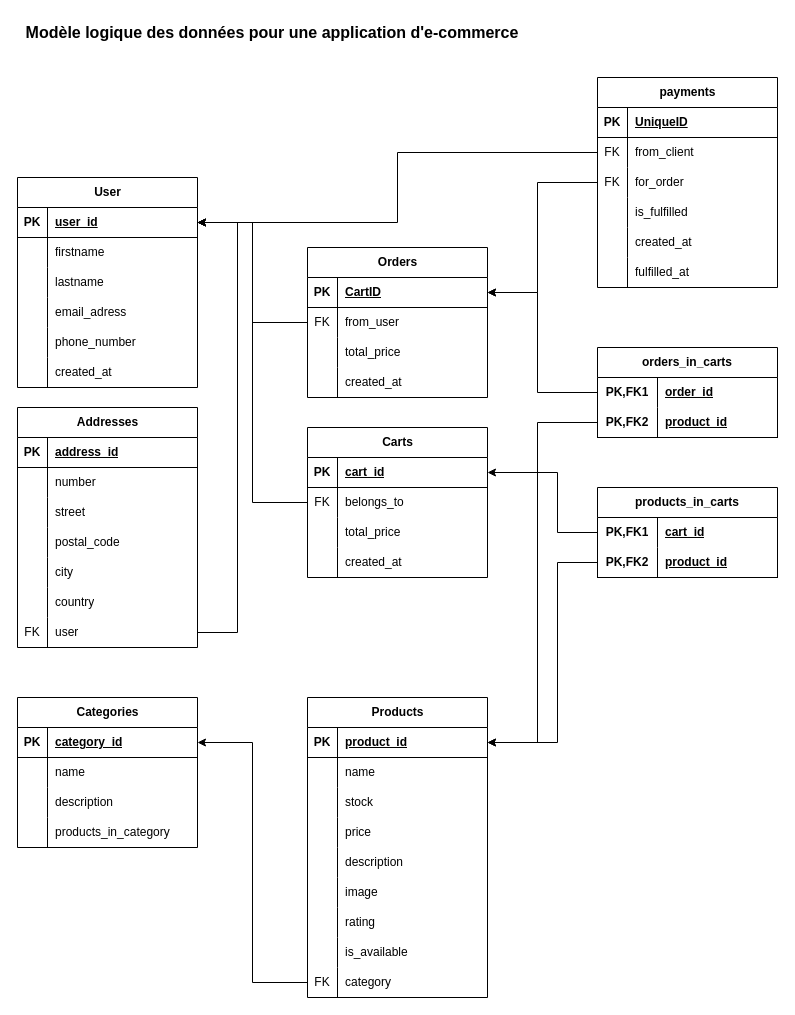
leosu1/ecommercedb keeps this draw.io diagram as mld.drawio. Above is the earlier version. Source tidied: cells renumbered, new cells numbered last; positions are measured from the earlier drawing's top-left corner, leaving out a move shared by most shapes. Both pictures are drawn from the tidied source at 100%, with x=0, y=0 at pixel (17, 17).
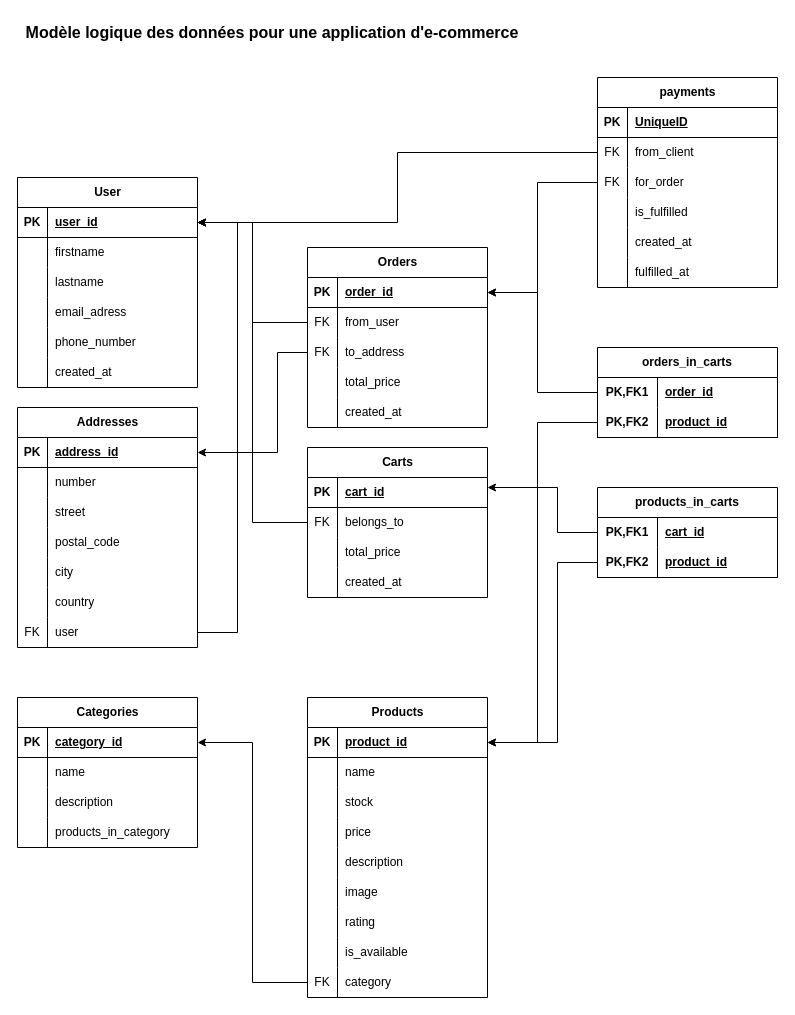
Above is the later version.

The change refers to these unchanged cells:
```xml
<mxCell id="23" style="shape=tableRow;horizontal=0;startSize=0;swimlaneHead=0;swimlaneBody=0;fillColor=none;points=[[0,0.5],[1,0.5]];portConstraint=eastwest;top=0;left=0;right=0;bottom=1;" parent="22" vertex="1">
  <mxGeometry y="30" width="180" height="30" as="geometry" />
</mxCell>
<mxCell id="79" style="shape=tableRow;horizontal=0;startSize=0;swimlaneHead=0;swimlaneBody=0;fillColor=none;points=[[0,0.5],[1,0.5]];portConstraint=eastwest;top=0;left=0;right=0;bottom=1;" parent="78" vertex="1">
  <mxGeometry y="30" width="180" height="30" as="geometry" />
</mxCell>
<mxCell id="92" style="shape=tableRow;horizontal=0;startSize=0;swimlaneHead=0;swimlaneBody=0;fillColor=none;points=[[0,0.5],[1,0.5]];portConstraint=eastwest;top=0;left=0;right=0;bottom=0;html=1;" parent="91" vertex="1">
  <mxGeometry y="30" width="180" height="30" as="geometry" />
</mxCell>
<mxCell id="106" style="shape=tableRow;horizontal=0;startSize=0;swimlaneHead=0;swimlaneBody=0;fillColor=none;points=[[0,0.5],[1,0.5]];portConstraint=eastwest;top=0;left=0;right=0;bottom=1;" parent="105" vertex="1">
  <mxGeometry y="30" width="180" height="30" as="geometry" />
</mxCell>
```

Change to the diagram source:
```diff
@@
     <mxCell id="22" value="Carts" style="shape=table;startSize=30;childLayout=tableLayout;rowLines=0;fontStyle=1;align=center;html=1;" parent="1" vertex="1">
-      <mxGeometry x="290" y="410" width="180" height="150" as="geometry" />
+      <mxGeometry x="290" y="430" width="180" height="150" as="geometry" />
     </mxCell>
@@
     <mxCell id="78" value="Orders" style="shape=table;startSize=30;childLayout=tableLayout;rowLines=0;fontStyle=1;align=center;html=1;" parent="1" vertex="1">
-      <mxGeometry x="290" y="230" width="180" height="150" as="geometry" />
+      <mxGeometry x="290" y="230" width="180" height="180" as="geometry" />
     </mxCell>
@@
-    <mxCell id="81" value="CartID" style="shape=partialRectangle;fillColor=none;top=0;left=0;bottom=0;right=0;align=left;spacingLeft=6;fontStyle=5;overflow=hidden;whiteSpace=wrap;html=1;" parent="79" vertex="1">
+    <mxCell id="81" value="order_id" style="shape=partialRectangle;fillColor=none;top=0;left=0;bottom=0;right=0;align=left;spacingLeft=6;fontStyle=5;overflow=hidden;whiteSpace=wrap;html=1;" parent="79" vertex="1">
       <mxGeometry x="30" width="150" height="30" as="geometry" />
     </mxCell>
@@
+    <mxCell id="154" style="shape=tableRow;horizontal=0;startSize=0;swimlaneHead=0;swimlaneBody=0;fillColor=none;points=[[0,0.5],[1,0.5]];portConstraint=eastwest;top=0;left=0;right=0;bottom=0;" parent="78" vertex="1">
+      <mxGeometry y="90" width="180" height="30" as="geometry" />
+    </mxCell>
+    <mxCell id="155" value="FK" style="shape=partialRectangle;fillColor=none;top=0;left=0;bottom=0;right=0;overflow=hidden;whiteSpace=wrap;html=1;" parent="154" vertex="1">
+      <mxGeometry width="30" height="30" as="geometry" />
+    </mxCell>
+    <mxCell id="156" value="to_address" style="shape=partialRectangle;fillColor=none;top=0;left=0;bottom=0;right=0;align=left;spacingLeft=6;overflow=hidden;whiteSpace=wrap;html=1;" parent="154" vertex="1">
+      <mxGeometry x="30" width="150" height="30" as="geometry" />
+    </mxCell>
     <mxCell id="85" style="shape=tableRow;horizontal=0;startSize=0;swimlaneHead=0;swimlaneBody=0;fillColor=none;top=0;left=0;right=0;bottom=0;" parent="78" vertex="1">
-      <mxGeometry y="90" width="180" height="30" as="geometry" />
+      <mxGeometry y="120" width="180" height="30" as="geometry" />
     </mxCell>
@@
     <mxCell id="88" style="shape=tableRow;horizontal=0;startSize=0;swimlaneHead=0;swimlaneBody=0;fillColor=none;top=0;left=0;right=0;bottom=0;" parent="78" vertex="1">
-      <mxGeometry y="120" width="180" height="30" as="geometry" />
+      <mxGeometry y="150" width="180" height="30" as="geometry" />
     </mxCell>
@@
-    <mxCell id="128" style="edgeStyle=orthogonalEdgeStyle;rounded=0;jettySize=auto;html=1;exitX=0;exitY=0.5;exitDx=0;exitDy=0;entryX=1;entryY=0.5;entryDx=0;entryDy=0;" parent="1" edge="1" source="92" target="23">
+    <mxCell id="128" style="edgeStyle=orthogonalEdgeStyle;rounded=0;jettySize=auto;html=1;exitX=0;exitY=0.5;exitDx=0;exitDy=0;" parent="1" edge="1" source="92">
       <mxGeometry relative="1" as="geometry">
+        <mxPoint x="470" y="470" as="targetPoint" />
         <Array as="points">
           <mxPoint x="540" y="515" />
-          <mxPoint x="540" y="455" />
+          <mxPoint x="540" y="470" />
+          <mxPoint x="470" y="470" />
         </Array>
       </mxGeometry>
     </mxCell>
@@
+    <mxCell id="157" style="edgeStyle=orthogonalEdgeStyle;rounded=0;jettySize=auto;html=1;exitX=0;exitY=0.5;exitDx=0;exitDy=0;entryX=1;entryY=0.5;entryDx=0;entryDy=0;" parent="1" edge="1" source="154" target="106">
+      <mxGeometry relative="1" as="geometry">
+        <Array as="points">
+          <mxPoint x="260" y="335" />
+          <mxPoint x="260" y="435" />
+        </Array>
+      </mxGeometry>
+    </mxCell>
```
